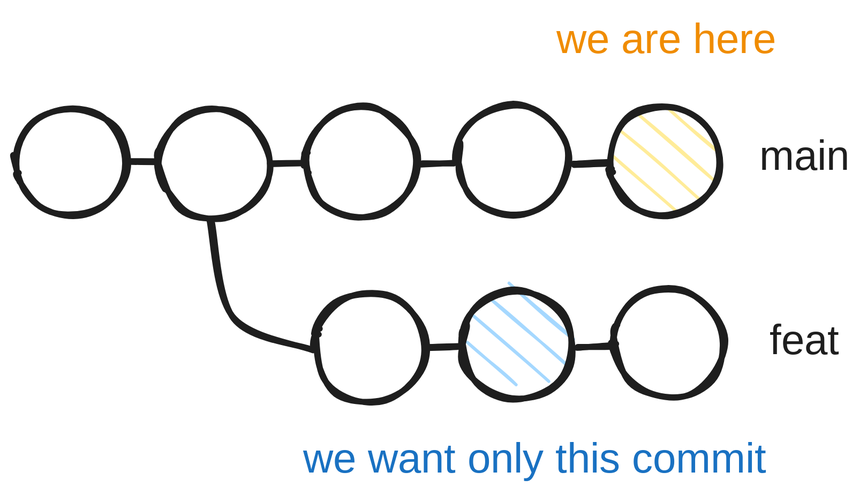
This is images/drawings/cherry-pick.excalidraw.svg from jansim/advanced-git, a Excalidraw export, as it was before one commit. Source tidied: one line per element, renumbered; positions are measured from the earlier drawing's top-left corner, leaving out a move shared by most shapes.
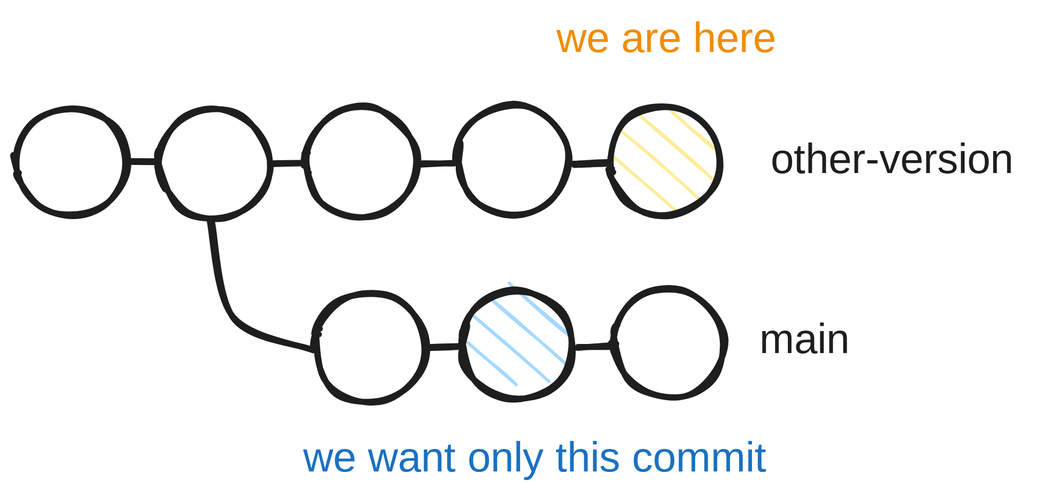
After the commit.

Commit message:
Update cherry-pick diagram and info

Change to the diagram source:
```diff
@@ -14,6 +14,6 @@
 {"id": 13, "type": "ellipse", "strokeColor": "#1e1e1e", "angle": 4.71, "backgroundColor": "#ffec99", "fillStyle": "hachure", "strokeWidth": 4, "roughness": 1, "round": true, "x": 396, "y": 60, "width": 73, "height": 74}
 {"id": 14, "type": "line", "strokeColor": "#1e1e1e", "angle": 4.71, "strokeWidth": 4, "roughness": 1, "round": true, "x": 383, "y": 89, "width": 1, "height": 21, "points": [[0, 0], [1, 21]]}
 {"id": 15, "type": "text", "text": "we are here", "strokeColor": "#f08c00", "backgroundColor": "#a5d8ff", "fillStyle": "hachure", "strokeWidth": 4, "roughness": 1, "fontSize": 28, "fontFamily": 1, "textAlign": "center", "x": 352, "y": 0, "width": 163, "height": 35}
-{"id": 16, "type": "text", "text": "main", "strokeColor": "#1e1e1e", "backgroundColor": "#a5d8ff", "fillStyle": "hachure", "strokeWidth": 4, "roughness": 1, "fontSize": 28, "fontFamily": 1, "textAlign": "center", "x": 498, "y": 78, "width": 56, "height": 35}
+{"id": 16, "type": "text", "text": "other-version", "strokeColor": "#1e1e1e", "backgroundColor": "#a5d8ff", "fillStyle": "hachure", "strokeWidth": 4, "roughness": 1, "fontSize": 28, "fontFamily": 1, "textAlign": "center", "x": 496, "y": 81, "width": 176, "height": 35}
-{"id": 17, "type": "text", "text": "feat", "strokeColor": "#1e1e1e", "backgroundColor": "#a5d8ff", "fillStyle": "hachure", "strokeWidth": 4, "roughness": 1, "fontSize": 28, "fontFamily": 1, "textAlign": "center", "x": 494, "y": 201, "width": 63, "height": 35}
+{"id": 17, "type": "text", "text": "main", "strokeColor": "#1e1e1e", "backgroundColor": "#a5d8ff", "fillStyle": "hachure", "strokeWidth": 4, "roughness": 1, "fontSize": 28, "fontFamily": 1, "textAlign": "center", "x": 498, "y": 201, "width": 56, "height": 35}
 {"id": 18, "type": "text", "text": "we want only this commit", "strokeColor": "#1971c2", "backgroundColor": "#a5d8ff", "fillStyle": "hachure", "strokeWidth": 4, "roughness": 1, "fontSize": 28, "fontFamily": 1, "textAlign": "center", "x": 176, "y": 280, "width": 340, "height": 35}
```
